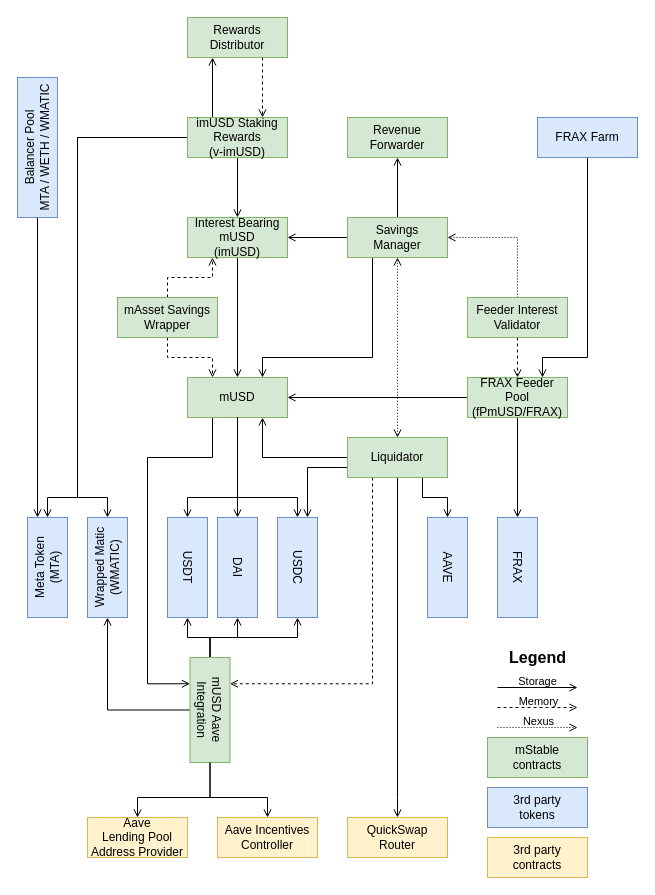
Before: page "Page-1" (1 of 2) of contracts/PolygonContractDiagram.drawio in mstable/mStable-process-docs, a draw.io diagram. Source tidied: cells renumbered, new cells numbered last; positions are measured from the earlier drawing's top-left corner, leaving out a move shared by most shapes. Both pictures are drawn from the tidied source at 100%, with x=0, y=0 at pixel (-33, 17).
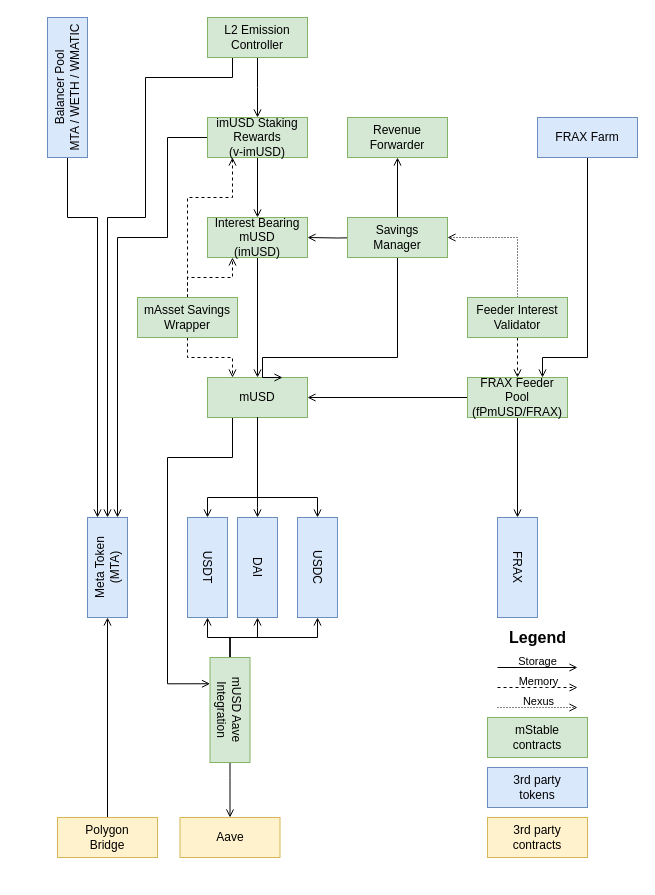
The same diagram, later.

Commit message (it also covers changes not shown here):
chore: Updated Mainnet and Polygon contract diagrams

The change refers to these unchanged cells:
```xml
<mxCell id="13" value="Savings&lt;br&gt;Manager" style="whiteSpace=wrap;html=1;align=center;fillColor=#d5e8d4;strokeColor=#82b366;" parent="1" vertex="1">
  <mxGeometry x="380" y="200" width="100" height="40" as="geometry" />
</mxCell>
```

Diff of the diagram source:
```diff
@@
     <mxCell id="3" value="Interest Bearing mUSD&lt;br&gt;(imUSD)" style="whiteSpace=wrap;html=1;align=center;fillColor=#d5e8d4;strokeColor=#82b366;" parent="1" vertex="1">
-      <mxGeometry x="220" y="200" width="100" height="40" as="geometry" />
+      <mxGeometry x="240" y="200" width="100" height="40" as="geometry" />
     </mxCell>
     <mxCell id="4" style="edgeStyle=orthogonalEdgeStyle;rounded=0;jettySize=auto;html=1;exitX=0.25;exitY=1;exitDx=0;exitDy=0;entryX=0.25;entryY=1;entryDx=0;entryDy=0;endArrow=open;endFill=0;" parent="1" edge="1" source="5" target="20">
       <mxGeometry relative="1" as="geometry">
         <Array as="points">
-          <mxPoint x="245" y="440" />
-          <mxPoint x="180" y="440" />
-          <mxPoint x="180" y="666" />
+          <mxPoint x="265" y="440" />
+          <mxPoint x="200" y="440" />
+          <mxPoint x="200" y="666" />
         </Array>
       </mxGeometry>
     </mxCell>
     <mxCell id="5" value="mUSD" style="whiteSpace=wrap;html=1;align=center;fillColor=#d5e8d4;strokeColor=#82b366;" parent="1" vertex="1">
-      <mxGeometry x="220" y="360" width="100" height="40" as="geometry" />
+      <mxGeometry x="240" y="360" width="100" height="40" as="geometry" />
     </mxCell>
     <mxCell id="6" style="edgeStyle=orthogonalEdgeStyle;rounded=0;jettySize=auto;html=1;exitX=0.5;exitY=1;exitDx=0;exitDy=0;entryX=0;entryY=0.5;entryDx=0;entryDy=0;endArrow=open;endFill=0;" parent="1" edge="1" source="5" target="21">
       <mxGeometry relative="1" as="geometry">
         <Array as="points">
-          <mxPoint x="270" y="480" />
-          <mxPoint x="220" y="480" />
+          <mxPoint x="290" y="480" />
+          <mxPoint x="240" y="480" />
         </Array>
       </mxGeometry>
     </mxCell>
     <mxCell id="7" style="edgeStyle=orthogonalEdgeStyle;rounded=0;jettySize=auto;html=1;exitX=0.5;exitY=1;exitDx=0;exitDy=0;entryX=0;entryY=0.5;entryDx=0;entryDy=0;endArrow=open;endFill=0;" parent="1" edge="1" source="5" target="22">
       <mxGeometry relative="1" as="geometry">
         <Array as="points">
-          <mxPoint x="270" y="490" />
-          <mxPoint x="270" y="490" />
+          <mxPoint x="290" y="490" />
+          <mxPoint x="290" y="490" />
         </Array>
       </mxGeometry>
     </mxCell>
     <mxCell id="8" style="edgeStyle=orthogonalEdgeStyle;rounded=0;jettySize=auto;html=1;exitX=0.5;exitY=1;exitDx=0;exitDy=0;entryX=0;entryY=0.5;entryDx=0;entryDy=0;endArrow=open;endFill=0;" parent="1" edge="1" source="5" target="23">
       <mxGeometry relative="1" as="geometry">
         <Array as="points">
-          <mxPoint x="270" y="480" />
-          <mxPoint x="330" y="480" />
+          <mxPoint x="290" y="480" />
+          <mxPoint x="350" y="480" />
         </Array>
       </mxGeometry>
     </mxCell>
-    <mxCell id="9" style="edgeStyle=orthogonalEdgeStyle;rounded=0;jettySize=auto;html=1;exitX=0;exitY=0.5;exitDx=0;exitDy=0;entryX=1;entryY=0.5;entryDx=0;entryDy=0;endArrow=open;endFill=0;" parent="1" edge="1" source="13" target="3">
-      <mxGeometry relative="1" as="geometry" />
+    <mxCell id="9" style="edgeStyle=orthogonalEdgeStyle;rounded=0;jettySize=auto;html=1;exitX=0;exitY=0.5;exitDx=0;exitDy=0;entryX=1;entryY=0.5;entryDx=0;entryDy=0;endArrow=open;endFill=0;" parent="1" edge="1" target="3">
+      <mxGeometry relative="1" as="geometry">
+        <mxPoint x="400" y="220" as="sourcePoint" />
+      </mxGeometry>
     </mxCell>
-    <mxCell id="10" style="edgeStyle=orthogonalEdgeStyle;rounded=0;jettySize=auto;html=1;exitX=0.25;exitY=1;exitDx=0;exitDy=0;entryX=0.75;entryY=0;entryDx=0;entryDy=0;endArrow=open;endFill=0;" parent="1" edge="1" source="13" target="5">
+    <mxCell id="10" style="edgeStyle=orthogonalEdgeStyle;rounded=0;jettySize=auto;html=1;exitX=0.5;exitY=1;exitDx=0;exitDy=0;entryX=0.75;entryY=0;entryDx=0;entryDy=0;endArrow=open;endFill=0;" parent="1" edge="1" source="13" target="5">
       <mxGeometry relative="1" as="geometry">
         <Array as="points">
-          <mxPoint x="405" y="340" />
+          <mxPoint x="430" y="340" />
           <mxPoint x="295" y="340" />
         </Array>
       </mxGeometry>
     </mxCell>
-    <mxCell id="11" style="edgeStyle=orthogonalEdgeStyle;rounded=0;jettySize=auto;html=1;exitX=0.5;exitY=1;exitDx=0;exitDy=0;entryX=0.5;entryY=0;entryDx=0;entryDy=0;endArrow=open;endFill=0;dashed=1;dashPattern=1 2;startArrow=open;startFill=0;" parent="1" edge="1" source="13" target="35">
-      <mxGeometry relative="1" as="geometry">
-        <Array as="points">
-          <mxPoint x="430" y="370" />
-          <mxPoint x="430" y="370" />
-        </Array>
-      </mxGeometry>
-    </mxCell>
@@
-    <mxCell id="14" value="Aave&lt;br&gt;Lending Pool&lt;br&gt;Address Provider" style="whiteSpace=wrap;html=1;align=center;rotation=0;fillColor=#fff2cc;strokeColor=#d6b656;" parent="1" vertex="1">
-      <mxGeometry x="120" y="800" width="100" height="40" as="geometry" />
-    </mxCell>
-    <mxCell id="15" style="edgeStyle=orthogonalEdgeStyle;rounded=0;jettySize=auto;html=1;exitX=0.5;exitY=1;exitDx=0;exitDy=0;endArrow=open;endFill=0;" parent="1" edge="1" source="20" target="44">
-      <mxGeometry relative="1" as="geometry" />
-    </mxCell>
-    <mxCell id="16" style="edgeStyle=orthogonalEdgeStyle;rounded=0;jettySize=auto;html=1;exitX=1;exitY=0.5;exitDx=0;exitDy=0;entryX=0.5;entryY=0;entryDx=0;entryDy=0;endArrow=open;endFill=0;" parent="1" edge="1" source="20" target="29">
+    <mxCell id="16" style="edgeStyle=orthogonalEdgeStyle;rounded=0;jettySize=auto;html=1;exitX=1;exitY=0.5;exitDx=0;exitDy=0;endArrow=open;endFill=0;entryX=0.5;entryY=0;entryDx=0;entryDy=0;" parent="1" edge="1" source="20" target="29">
       <mxGeometry relative="1" as="geometry">
         <Array as="points">
-          <mxPoint x="243" y="780" />
-          <mxPoint x="300" y="780" />
+          <mxPoint x="263" y="760" />
+          <mxPoint x="263" y="760" />
         </Array>
       </mxGeometry>
     </mxCell>
@@
     <mxCell id="20" value="mUSD Aave Integration" style="whiteSpace=wrap;html=1;align=center;rotation=90;fillColor=#d5e8d4;strokeColor=#82b366;" parent="1" vertex="1">
-      <mxGeometry x="190" y="672.5" width="105" height="40" as="geometry" />
+      <mxGeometry x="210" y="672.5" width="105" height="40" as="geometry" />
     </mxCell>
     <mxCell id="21" value="USDT" style="whiteSpace=wrap;html=1;align=center;rotation=90;fillColor=#dae8fc;strokeColor=#6c8ebf;" parent="1" vertex="1">
-      <mxGeometry x="170" y="530" width="100" height="40" as="geometry" />
+      <mxGeometry x="190" y="530" width="100" height="40" as="geometry" />
     </mxCell>
     <mxCell id="22" value="DAI" style="whiteSpace=wrap;html=1;align=center;rotation=90;fillColor=#dae8fc;strokeColor=#6c8ebf;" parent="1" vertex="1">
-      <mxGeometry x="220" y="530" width="100" height="40" as="geometry" />
+      <mxGeometry x="240" y="530" width="100" height="40" as="geometry" />
     </mxCell>
     <mxCell id="23" value="USDC" style="whiteSpace=wrap;html=1;align=center;rotation=90;fillColor=#dae8fc;strokeColor=#6c8ebf;" parent="1" vertex="1">
-      <mxGeometry x="280" y="530" width="100" height="40" as="geometry" />
+      <mxGeometry x="300" y="530" width="100" height="40" as="geometry" />
     </mxCell>
-    <mxCell id="24" style="edgeStyle=orthogonalEdgeStyle;rounded=0;jettySize=auto;html=1;exitX=1;exitY=0.5;exitDx=0;exitDy=0;entryX=0.5;entryY=0;entryDx=0;entryDy=0;endArrow=open;endFill=0;" parent="1" edge="1" source="20" target="14">
-      <mxGeometry relative="1" as="geometry">
-        <Array as="points">
-          <mxPoint x="243" y="780" />
-          <mxPoint x="170" y="780" />
-        </Array>
-      </mxGeometry>
-    </mxCell>
@@
+    <mxCell id="68" style="edgeStyle=orthogonalEdgeStyle;rounded=0;jettySize=auto;html=1;exitX=0.5;exitY=0;exitDx=0;exitDy=0;entryX=0.25;entryY=1;entryDx=0;entryDy=0;endArrow=open;endFill=0;dashed=1;" parent="1" edge="1" source="27" target="49">
+      <mxGeometry relative="1" as="geometry">
+        <Array as="points">
+          <mxPoint x="220" y="180" />
+          <mxPoint x="265" y="180" />
+        </Array>
+      </mxGeometry>
+    </mxCell>
     <mxCell id="27" value="mAsset Savings&lt;br&gt;Wrapper" style="whiteSpace=wrap;html=1;align=center;fillColor=#d5e8d4;strokeColor=#82b366;" parent="1" vertex="1">
-      <mxGeometry x="150" y="280" width="100" height="40" as="geometry" />
+      <mxGeometry x="170" y="280" width="100" height="40" as="geometry" />
     </mxCell>
-    <mxCell id="28" value="QuickSwap&lt;br&gt;Router" style="whiteSpace=wrap;html=1;align=center;fillColor=#fff2cc;strokeColor=#d6b656;" parent="1" vertex="1">
-      <mxGeometry x="380" y="800" width="100" height="40" as="geometry" />
-    </mxCell>
-    <mxCell id="29" value="Aave Incentives&lt;br&gt;Controller" style="whiteSpace=wrap;html=1;align=center;rotation=0;fillColor=#fff2cc;strokeColor=#d6b656;" parent="1" vertex="1">
-      <mxGeometry x="250" y="800" width="100" height="40" as="geometry" />
+    <mxCell id="29" value="Aave" style="whiteSpace=wrap;html=1;align=center;rotation=0;fillColor=#fff2cc;strokeColor=#d6b656;" parent="1" vertex="1">
+      <mxGeometry x="212.5" y="800" width="100" height="40" as="geometry" />
     </mxCell>
-    <mxCell id="30" style="edgeStyle=orthogonalEdgeStyle;rounded=0;jettySize=auto;html=1;exitX=0;exitY=0.5;exitDx=0;exitDy=0;entryX=0.75;entryY=1;entryDx=0;entryDy=0;endArrow=open;endFill=0;" parent="1" edge="1" source="35" target="5">
-      <mxGeometry relative="1" as="geometry">
-        <Array as="points">
-          <mxPoint x="295" y="440" />
-        </Array>
-      </mxGeometry>
-    </mxCell>
-    <mxCell id="31" style="edgeStyle=orthogonalEdgeStyle;rounded=0;jettySize=auto;html=1;exitX=0.5;exitY=1;exitDx=0;exitDy=0;endArrow=open;endFill=0;entryX=0.5;entryY=0;entryDx=0;entryDy=0;" parent="1" edge="1" source="35" target="28">
-      <mxGeometry relative="1" as="geometry">
-        <Array as="points">
-          <mxPoint x="430" y="780" />
-          <mxPoint x="430" y="780" />
-        </Array>
-      </mxGeometry>
-    </mxCell>
-    <mxCell id="32" style="edgeStyle=orthogonalEdgeStyle;rounded=0;jettySize=auto;html=1;exitX=0.25;exitY=1;exitDx=0;exitDy=0;entryX=0.25;entryY=0;entryDx=0;entryDy=0;endArrow=open;endFill=0;dashed=1;" parent="1" edge="1" source="35" target="20">
-      <mxGeometry relative="1" as="geometry">
-        <Array as="points">
-          <mxPoint x="405" y="666" />
-        </Array>
-      </mxGeometry>
-    </mxCell>
-    <mxCell id="33" style="edgeStyle=orthogonalEdgeStyle;rounded=0;jettySize=auto;html=1;exitX=0.75;exitY=1;exitDx=0;exitDy=0;startArrow=none;startFill=0;endArrow=open;endFill=0;" parent="1" edge="1" source="35" target="59">
-      <mxGeometry relative="1" as="geometry" />
-    </mxCell>
-    <mxCell id="34" style="edgeStyle=orthogonalEdgeStyle;rounded=0;jettySize=auto;html=1;exitX=0;exitY=0.75;exitDx=0;exitDy=0;entryX=0;entryY=0.25;entryDx=0;entryDy=0;startArrow=none;startFill=0;endArrow=open;endFill=0;" parent="1" edge="1" source="35" target="23">
-      <mxGeometry relative="1" as="geometry" />
-    </mxCell>
-    <mxCell id="35" value="Liquidator" style="whiteSpace=wrap;html=1;align=center;fillColor=#d5e8d4;strokeColor=#82b366;" parent="1" vertex="1">
-      <mxGeometry x="380" y="420" width="100" height="40" as="geometry" />
-    </mxCell>
@@
     <mxCell id="43" value="Meta Token&lt;br&gt;(MTA)" style="whiteSpace=wrap;html=1;align=center;fillColor=#dae8fc;strokeColor=#6c8ebf;rotation=-90;" parent="1" vertex="1">
-      <mxGeometry x="30" y="530" width="100" height="40" as="geometry" />
+      <mxGeometry x="90" y="530" width="100" height="40" as="geometry" />
     </mxCell>
-    <mxCell id="44" value="Wrapped Matic&lt;br&gt;(WMATIC)" style="whiteSpace=wrap;html=1;align=center;fillColor=#dae8fc;strokeColor=#6c8ebf;rotation=-90;" parent="1" vertex="1">
-      <mxGeometry x="90" y="530" width="100" height="40" as="geometry" />
-    </mxCell>
@@
-    <mxCell id="46" style="edgeStyle=orthogonalEdgeStyle;rounded=0;jettySize=auto;html=1;exitX=0.25;exitY=0;exitDx=0;exitDy=0;entryX=0.25;entryY=1;entryDx=0;entryDy=0;endArrow=open;endFill=0;" parent="1" edge="1" source="49" target="51">
-      <mxGeometry relative="1" as="geometry" />
-    </mxCell>
-    <mxCell id="47" style="edgeStyle=orthogonalEdgeStyle;rounded=0;jettySize=auto;html=1;exitX=0;exitY=0.5;exitDx=0;exitDy=0;entryX=1;entryY=0.5;entryDx=0;entryDy=0;startArrow=none;startFill=0;endArrow=open;endFill=0;" parent="1" edge="1" source="49" target="43">
+    <mxCell id="47" style="edgeStyle=orthogonalEdgeStyle;rounded=0;jettySize=auto;html=1;exitX=0;exitY=0.5;exitDx=0;exitDy=0;endArrow=open;endFill=0;entryX=1;entryY=0.75;entryDx=0;entryDy=0;" parent="1" edge="1" source="49" target="43">
       <mxGeometry relative="1" as="geometry">
         <Array as="points">
-          <mxPoint x="110" y="120" />
-          <mxPoint x="110" y="480" />
-          <mxPoint x="80" y="480" />
+          <mxPoint x="200" y="120" />
+          <mxPoint x="200" y="220" />
+          <mxPoint x="150" y="220" />
         </Array>
       </mxGeometry>
     </mxCell>
-    <mxCell id="48" style="edgeStyle=orthogonalEdgeStyle;rounded=0;jettySize=auto;html=1;exitX=0;exitY=0.5;exitDx=0;exitDy=0;entryX=1;entryY=0.5;entryDx=0;entryDy=0;startArrow=none;startFill=0;endArrow=open;endFill=0;" parent="1" edge="1" source="49" target="44">
-      <mxGeometry relative="1" as="geometry">
-        <Array as="points">
-          <mxPoint x="110" y="120" />
-          <mxPoint x="110" y="480" />
-          <mxPoint x="140" y="480" />
-        </Array>
-      </mxGeometry>
-    </mxCell>
     <mxCell id="49" value="imUSD Staking Rewards&lt;br&gt;(v-imUSD)" style="whiteSpace=wrap;html=1;align=center;fillColor=#d5e8d4;strokeColor=#82b366;" parent="1" vertex="1">
-      <mxGeometry x="220" y="100" width="100" height="40" as="geometry" />
+      <mxGeometry x="240" y="100" width="100" height="40" as="geometry" />
     </mxCell>
-    <mxCell id="50" style="edgeStyle=orthogonalEdgeStyle;rounded=0;jettySize=auto;html=1;exitX=0.75;exitY=1;exitDx=0;exitDy=0;entryX=0.75;entryY=0;entryDx=0;entryDy=0;endArrow=open;endFill=0;dashed=1;" parent="1" edge="1" source="51" target="49">
-      <mxGeometry relative="1" as="geometry" />
-    </mxCell>
-    <mxCell id="51" value="Rewards Distributor" style="whiteSpace=wrap;html=1;align=center;fillColor=#d5e8d4;strokeColor=#82b366;" parent="1" vertex="1">
-      <mxGeometry x="220" width="100" height="40" as="geometry" />
-    </mxCell>
     <mxCell id="52" value="&lt;b&gt;&lt;font style=&quot;font-size: 16px&quot;&gt;Legend&lt;/font&gt;&lt;/b&gt;" style="text;html=1;align=center;verticalAlign=middle;" parent="1" vertex="1">
-      <mxGeometry x="535" y="630" width="70" height="20" as="geometry" />
+      <mxGeometry x="535" y="610" width="70" height="20" as="geometry" />
     </mxCell>
     <mxCell id="53" style="edgeStyle=orthogonalEdgeStyle;rounded=0;orthogonalLoop=1;jettySize=auto;html=1;endArrow=open;endFill=0;dashed=1;" parent="1" edge="1">
       <mxGeometry relative="1" as="geometry">
-        <mxPoint x="530" y="690" as="sourcePoint" />
-        <mxPoint x="610" y="690" as="targetPoint" />
+        <mxPoint x="530" y="670" as="sourcePoint" />
+        <mxPoint x="610" y="670" as="targetPoint" />
         <Array as="points">
-          <mxPoint x="580" y="690" />
-          <mxPoint x="580" y="690" />
+          <mxPoint x="580" y="670" />
+          <mxPoint x="580" y="670" />
         </Array>
       </mxGeometry>
     </mxCell>
@@
     <mxCell id="55" style="edgeStyle=orthogonalEdgeStyle;rounded=0;orthogonalLoop=1;jettySize=auto;html=1;endArrow=open;endFill=0;" parent="1" edge="1">
       <mxGeometry relative="1" as="geometry">
-        <mxPoint x="530" y="670" as="sourcePoint" />
-        <mxPoint x="610" y="670" as="targetPoint" />
+        <mxPoint x="530" y="650" as="sourcePoint" />
+        <mxPoint x="610" y="650" as="targetPoint" />
         <Array as="points">
-          <mxPoint x="530" y="670" />
-          <mxPoint x="610" y="670" />
+          <mxPoint x="530" y="650" />
+          <mxPoint x="610" y="650" />
         </Array>
       </mxGeometry>
     </mxCell>
@@
     <mxCell id="57" style="edgeStyle=orthogonalEdgeStyle;rounded=0;orthogonalLoop=1;jettySize=auto;html=1;endArrow=open;endFill=0;dashed=1;dashPattern=1 2;" parent="1" edge="1">
       <mxGeometry relative="1" as="geometry">
-        <mxPoint x="530" y="710" as="sourcePoint" />
-        <mxPoint x="610" y="710" as="targetPoint" />
+        <mxPoint x="530" y="690" as="sourcePoint" />
+        <mxPoint x="610" y="690" as="targetPoint" />
       </mxGeometry>
     </mxCell>
@@
-    <mxCell id="59" value="AAVE" style="whiteSpace=wrap;html=1;align=center;rotation=90;fillColor=#dae8fc;strokeColor=#6c8ebf;" parent="1" vertex="1">
-      <mxGeometry x="430" y="530" width="100" height="40" as="geometry" />
-    </mxCell>
     <mxCell id="60" value="mStable&lt;br&gt;contracts" style="whiteSpace=wrap;html=1;align=center;rotation=0;fillColor=#d5e8d4;strokeColor=#82b366;" parent="1" vertex="1">
-      <mxGeometry x="520" y="720" width="100" height="40" as="geometry" />
+      <mxGeometry x="520" y="700" width="100" height="40" as="geometry" />
     </mxCell>
     <mxCell id="61" value="3rd party&lt;br&gt;contracts" style="whiteSpace=wrap;html=1;align=center;fillColor=#fff2cc;strokeColor=#d6b656;" parent="1" vertex="1">
-      <mxGeometry x="520" y="820" width="100" height="40" as="geometry" />
+      <mxGeometry x="520" y="800" width="100" height="40" as="geometry" />
     </mxCell>
     <mxCell id="62" value="3rd party&lt;br&gt;tokens" style="whiteSpace=wrap;html=1;align=center;rotation=0;fillColor=#dae8fc;strokeColor=#6c8ebf;" parent="1" vertex="1">
-      <mxGeometry x="520" y="770" width="100" height="40" as="geometry" />
+      <mxGeometry x="520" y="750" width="100" height="40" as="geometry" />
     </mxCell>
@@
     <mxCell id="65" style="edgeStyle=orthogonalEdgeStyle;rounded=0;jettySize=auto;html=1;entryX=1;entryY=0.25;entryDx=0;entryDy=0;endArrow=open;endFill=0;exitX=0;exitY=0.5;exitDx=0;exitDy=0;" parent="1" edge="1" source="66" target="43">
       <mxGeometry relative="1" as="geometry">
         <Array as="points">
-          <mxPoint x="70" y="195" />
+          <mxPoint x="100" y="200" />
+          <mxPoint x="130" y="200" />
         </Array>
       </mxGeometry>
     </mxCell>
     <mxCell id="66" value="Balancer Pool&lt;br&gt;MTA / WETH / WMATIC" style="whiteSpace=wrap;html=1;align=center;rotation=-90;fillColor=#dae8fc;strokeColor=#6c8ebf;" parent="1" vertex="1">
-      <mxGeometry y="110" width="140" height="40" as="geometry" />
+      <mxGeometry x="30" y="50" width="140" height="40" as="geometry" />
     </mxCell>
@@
+    <mxCell id="69" style="edgeStyle=orthogonalEdgeStyle;rounded=0;jettySize=auto;html=1;exitX=0.5;exitY=1;exitDx=0;exitDy=0;entryX=0.5;entryY=0;entryDx=0;entryDy=0;endArrow=open;endFill=0;" parent="1" edge="1" source="71" target="49">
+      <mxGeometry relative="1" as="geometry">
+        <Array as="points">
+          <mxPoint x="290" y="70" />
+          <mxPoint x="290" y="70" />
+        </Array>
+      </mxGeometry>
+    </mxCell>
+    <mxCell id="70" style="edgeStyle=orthogonalEdgeStyle;rounded=0;jettySize=auto;html=1;exitX=0.25;exitY=1;exitDx=0;exitDy=0;endArrow=open;endFill=0;entryX=1;entryY=0.5;entryDx=0;entryDy=0;" parent="1" edge="1" source="71" target="43">
+      <mxGeometry relative="1" as="geometry">
+        <Array as="points">
+          <mxPoint x="265" y="60" />
+          <mxPoint x="178" y="60" />
+          <mxPoint x="178" y="200" />
+          <mxPoint x="140" y="200" />
+        </Array>
+      </mxGeometry>
+    </mxCell>
+    <mxCell id="71" value="L2 Emission Controller" style="whiteSpace=wrap;html=1;align=center;fillColor=#d5e8d4;strokeColor=#82b366;" parent="1" vertex="1">
+      <mxGeometry x="240" width="100" height="40" as="geometry" />
+    </mxCell>
+    <mxCell id="72" style="edgeStyle=orthogonalEdgeStyle;rounded=0;jettySize=auto;html=1;exitX=0.5;exitY=0;exitDx=0;exitDy=0;entryX=0;entryY=0.5;entryDx=0;entryDy=0;endArrow=open;endFill=0;" parent="1" edge="1" source="73" target="43">
+      <mxGeometry relative="1" as="geometry" />
+    </mxCell>
+    <mxCell id="73" value="Polygon&lt;br&gt;Bridge" style="whiteSpace=wrap;html=1;align=center;rotation=0;fillColor=#fff2cc;strokeColor=#d6b656;" parent="1" vertex="1">
+      <mxGeometry x="90" y="800" width="100" height="40" as="geometry" />
+    </mxCell>
```
